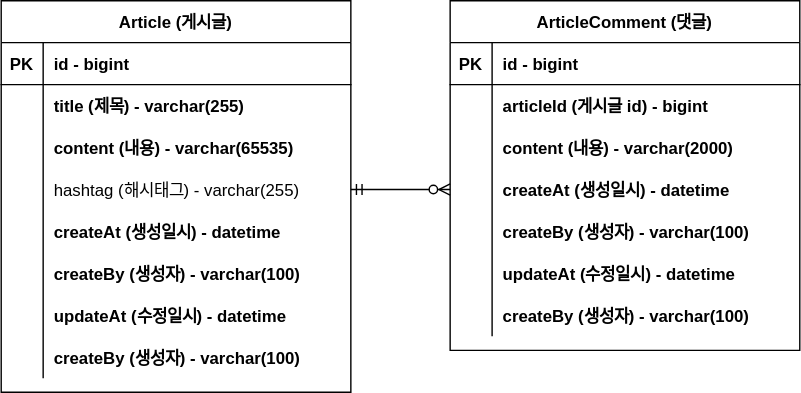
The draw.io diagram documents/project-board-erd.svg in JIHYEON-PF/fc_project-board, before a commit. Source tidied: cells renumbered, new cells last; positions are measured from the earlier drawing's top-left corner, leaving out a move shared by most shapes.
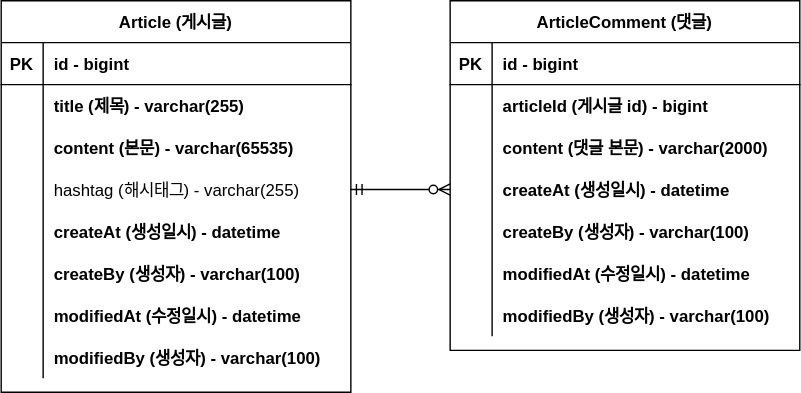
The same file after the commit.

Commit message:
#9 - ERD 오타 및 필드주석 수정

What changed in the source:
```diff
@@ -29,7 +29,7 @@
     <mxCell id="10" style="shape=partialRectangle;overflow=hidden;fillColor=none;top=0;left=0;bottom=0;right=0;" parent="9" vertex="1">
       <mxGeometry width="30" height="30" as="geometry" />
     </mxCell>
-    <mxCell id="11" value="content (내용) - varchar(65535)" style="shape=partialRectangle;overflow=hidden;fillColor=none;top=0;left=0;bottom=0;right=0;align=left;spacingLeft=6;fontStyle=1;" parent="9" vertex="1">
+    <mxCell id="11" value="content (본문) - varchar(65535)" style="shape=partialRectangle;overflow=hidden;fillColor=none;top=0;left=0;bottom=0;right=0;align=left;spacingLeft=6;fontStyle=1;" parent="9" vertex="1">
       <mxGeometry x="30" width="220" height="30" as="geometry" />
     </mxCell>
     <mxCell id="12" style="shape=partialRectangle;fillColor=none;points=[[0,0.5],[1,0.5]];portConstraint=eastwest;top=0;left=0;right=0;bottom=0;" parent="2" vertex="1">
@@ -65,7 +65,7 @@
     <mxCell id="22" style="shape=partialRectangle;overflow=hidden;fillColor=none;top=0;left=0;bottom=0;right=0;" parent="21" vertex="1">
       <mxGeometry width="30" height="30" as="geometry" />
     </mxCell>
-    <mxCell id="23" value="updateAt (수정일시) - datetime" style="shape=partialRectangle;overflow=hidden;fillColor=none;top=0;left=0;bottom=0;right=0;align=left;spacingLeft=6;fontStyle=1;" parent="21" vertex="1">
+    <mxCell id="23" value="modifiedAt (수정일시) - datetime" style="shape=partialRectangle;overflow=hidden;fillColor=none;top=0;left=0;bottom=0;right=0;align=left;spacingLeft=6;fontStyle=1;" parent="21" vertex="1">
       <mxGeometry x="30" width="220" height="30" as="geometry" />
     </mxCell>
     <mxCell id="24" style="shape=partialRectangle;fillColor=none;top=0;left=0;right=0;bottom=0;" parent="2" vertex="1">
@@ -74,7 +74,7 @@
     <mxCell id="25" style="shape=partialRectangle;overflow=hidden;fillColor=none;top=0;left=0;bottom=0;right=0;" parent="24" vertex="1">
       <mxGeometry width="30" height="30" as="geometry" />
     </mxCell>
-    <mxCell id="26" value="createBy (생성자) - varchar(100)" style="shape=partialRectangle;overflow=hidden;fillColor=none;top=0;left=0;bottom=0;right=0;align=left;spacingLeft=6;fontStyle=1;" parent="24" vertex="1">
+    <mxCell id="26" value="modifiedBy (생성자) - varchar(100)" style="shape=partialRectangle;overflow=hidden;fillColor=none;top=0;left=0;bottom=0;right=0;align=left;spacingLeft=6;fontStyle=1;" parent="24" vertex="1">
       <mxGeometry x="30" width="220" height="30" as="geometry" />
     </mxCell>
     <mxCell id="27" value="ArticleComment (댓글)" style="shape=table;startSize=30;rowLines=0;fontStyle=1;align=center;" parent="1" vertex="1">
@@ -104,7 +104,7 @@
     <mxCell id="35" style="shape=partialRectangle;overflow=hidden;fillColor=none;top=0;left=0;bottom=0;right=0;" parent="34" vertex="1">
       <mxGeometry width="30" height="30" as="geometry" />
     </mxCell>
-    <mxCell id="36" value="content (내용) - varchar(2000)" style="shape=partialRectangle;overflow=hidden;fillColor=none;top=0;left=0;bottom=0;right=0;align=left;spacingLeft=6;fontStyle=1;" parent="34" vertex="1">
+    <mxCell id="36" value="content (댓글 본문) - varchar(2000)" style="shape=partialRectangle;overflow=hidden;fillColor=none;top=0;left=0;bottom=0;right=0;align=left;spacingLeft=6;fontStyle=1;" parent="34" vertex="1">
       <mxGeometry x="30" width="220" height="30" as="geometry" />
     </mxCell>
     <mxCell id="37" style="shape=partialRectangle;fillColor=none;points=[[0,0.5],[1,0.5]];portConstraint=eastwest;top=0;left=0;right=0;bottom=0;" parent="27" vertex="1">
@@ -131,7 +131,7 @@
     <mxCell id="44" style="shape=partialRectangle;overflow=hidden;fillColor=none;top=0;left=0;bottom=0;right=0;" parent="43" vertex="1">
       <mxGeometry width="30" height="30" as="geometry" />
     </mxCell>
-    <mxCell id="45" value="updateAt (수정일시) - datetime" style="shape=partialRectangle;overflow=hidden;fillColor=none;top=0;left=0;bottom=0;right=0;align=left;spacingLeft=6;fontStyle=1;" parent="43" vertex="1">
+    <mxCell id="45" value="modifiedAt (수정일시) - datetime" style="shape=partialRectangle;overflow=hidden;fillColor=none;top=0;left=0;bottom=0;right=0;align=left;spacingLeft=6;fontStyle=1;" parent="43" vertex="1">
       <mxGeometry x="30" width="220" height="30" as="geometry" />
     </mxCell>
     <mxCell id="46" style="shape=partialRectangle;fillColor=none;top=0;left=0;right=0;bottom=0;" parent="27" vertex="1">
@@ -140,7 +140,7 @@
     <mxCell id="47" style="shape=partialRectangle;overflow=hidden;fillColor=none;top=0;left=0;bottom=0;right=0;" parent="46" vertex="1">
       <mxGeometry width="30" height="30" as="geometry" />
     </mxCell>
-    <mxCell id="48" value="createBy (생성자) - varchar(100)" style="shape=partialRectangle;overflow=hidden;fillColor=none;top=0;left=0;bottom=0;right=0;align=left;spacingLeft=6;fontStyle=1;" parent="46" vertex="1">
+    <mxCell id="48" value="modifiedBy (생성자) - varchar(100)" style="shape=partialRectangle;overflow=hidden;fillColor=none;top=0;left=0;bottom=0;right=0;align=left;spacingLeft=6;fontStyle=1;" parent="46" vertex="1">
       <mxGeometry x="30" width="220" height="30" as="geometry" />
     </mxCell>
     <mxCell id="49" style="edgeStyle=entityRelationEdgeStyle;fontSize=12;html=1;endArrow=ERzeroToMany;startArrow=ERmandOne;rounded=0;exitX=1;exitY=0.5;exitDx=0;exitDy=0;entryX=0;entryY=0.5;entryDx=0;entryDy=0;" parent="1" edge="1" source="12" target="37">
```
